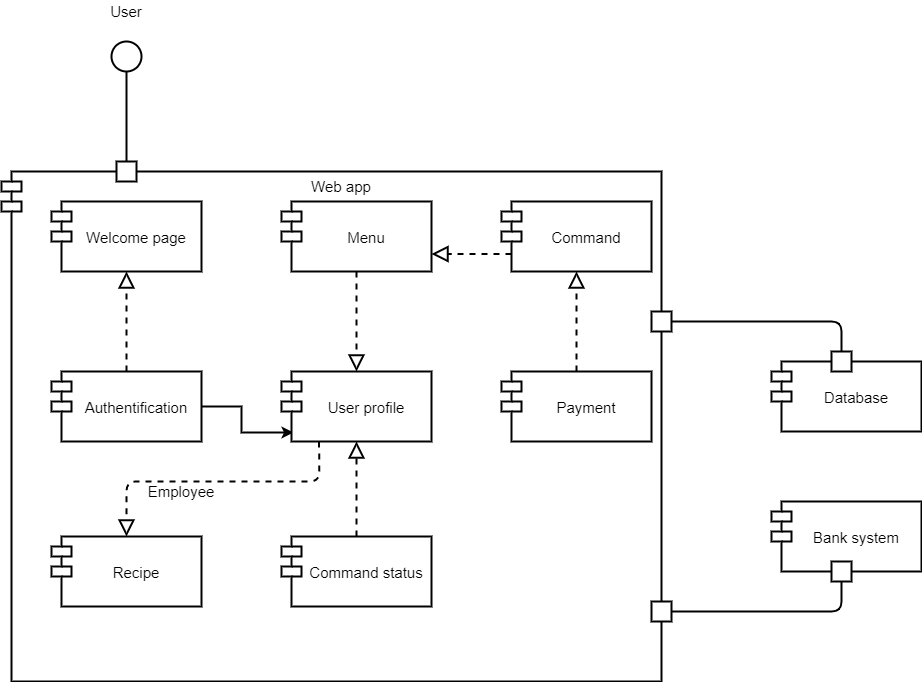
Before: component diagram.png, a diagram exported from draw.io (Tony380/Projet6). Source tidied: cells renumbered, new cells last; positions are measured from the earlier drawing's top-left corner, leaving out a move shared by most shapes.
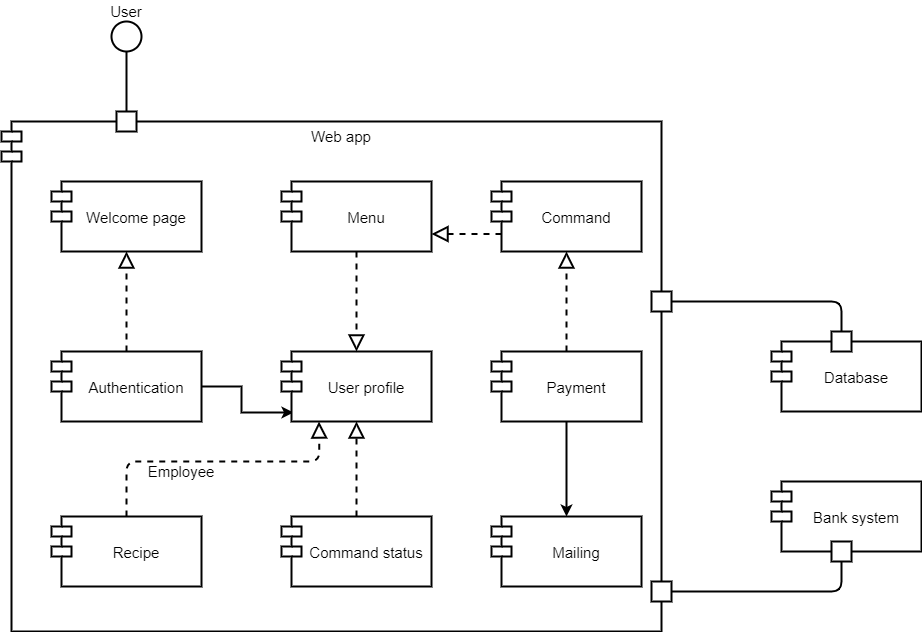
Above is the later version.

Commit message:
component diagram

The edit, as a diff of the source:
```diff
@@ -3,12 +3,12 @@
     <mxCell id="0" />
     <mxCell id="1" parent="0" />
     <mxCell id="2" value="Web app" style="shape=module;align=left;spacingLeft=20;align=center;verticalAlign=top;strokeWidth=2;fontSize=15;" parent="1" vertex="1">
-      <mxGeometry y="170" width="660" height="510" as="geometry" />
+      <mxGeometry y="140" width="660" height="510" as="geometry" />
     </mxCell>
     <mxCell id="3" style="edgeStyle=orthogonalEdgeStyle;rounded=0;jettySize=auto;html=1;entryX=0.08;entryY=0.871;entryDx=0;entryDy=0;entryPerimeter=0;strokeWidth=2;fontSize=15;" parent="1" edge="1" source="4" target="10">
       <mxGeometry relative="1" as="geometry" />
     </mxCell>
-    <mxCell id="4" value="Authentification" style="shape=module;align=left;spacingLeft=20;align=center;verticalAlign=middle;strokeWidth=2;fontSize=15;" parent="1" vertex="1">
+    <mxCell id="4" value="Authentication" style="shape=module;align=left;spacingLeft=20;align=center;verticalAlign=middle;strokeWidth=2;fontSize=15;" parent="1" vertex="1">
       <mxGeometry x="50" y="370" width="150" height="70" as="geometry" />
     </mxCell>
     <mxCell id="5" value="Bank system" style="shape=module;align=left;spacingLeft=20;align=center;verticalAlign=middle;strokeWidth=2;fontSize=15;" parent="1" vertex="1">
@@ -21,7 +21,7 @@
       <mxGeometry x="280" y="535" width="150" height="70" as="geometry" />
     </mxCell>
     <mxCell id="8" value="Command" style="shape=module;align=left;spacingLeft=20;align=center;verticalAlign=middle;strokeWidth=2;fontSize=15;" parent="1" vertex="1">
-      <mxGeometry x="500" y="200" width="150" height="70" as="geometry" />
+      <mxGeometry x="490" y="200" width="150" height="70" as="geometry" />
     </mxCell>
     <mxCell id="9" value="Menu" style="shape=module;align=left;spacingLeft=20;align=center;verticalAlign=middle;strokeWidth=2;fontSize=15;" parent="1" vertex="1">
       <mxGeometry x="280" y="200" width="150" height="70" as="geometry" />
@@ -36,13 +36,13 @@
       <mxGeometry x="110" y="40" width="30" height="30" as="geometry" />
     </mxCell>
     <mxCell id="13" style="whiteSpace=wrap;html=1;strokeWidth=2;fontSize=15;verticalAlign=middle;" parent="1" vertex="1">
-      <mxGeometry x="115" y="160" width="20" height="20" as="geometry" />
+      <mxGeometry x="115" y="130" width="20" height="20" as="geometry" />
     </mxCell>
     <mxCell id="14" style="endArrow=none;html=1;entryX=0.5;entryY=1;entryDx=0;entryDy=0;exitX=0.5;exitY=0;exitDx=0;exitDy=0;strokeWidth=2;fontSize=15;verticalAlign=middle;" parent="1" edge="1" source="13" target="12">
       <mxGeometry relative="1" as="geometry" />
     </mxCell>
     <mxCell id="15" value="User" style="text;html=1;strokeColor=none;fillColor=none;align=center;verticalAlign=middle;whiteSpace=wrap;rounded=0;strokeWidth=2;fontSize=15;" parent="1" vertex="1">
-      <mxGeometry x="105" width="40" height="20" as="geometry" />
+      <mxGeometry x="105" y="20" width="40" height="20" as="geometry" />
     </mxCell>
     <mxCell id="16" style="endArrow=block;dashed=1;endFill=0;endSize=12;html=1;entryX=0.5;entryY=1;entryDx=0;entryDy=0;exitX=0.5;exitY=0;exitDx=0;exitDy=0;strokeWidth=2;fontSize=15;verticalAlign=middle;" parent="1" edge="1" source="4" target="11">
       <mxGeometry relative="1" as="geometry" />
@@ -50,8 +50,11 @@
     <mxCell id="17" style="endArrow=block;dashed=1;endFill=0;endSize=12;html=1;entryX=1;entryY=0.75;entryDx=0;entryDy=0;exitX=0;exitY=0.75;exitDx=10;exitDy=0;exitPerimeter=0;strokeWidth=2;fontSize=15;verticalAlign=middle;" parent="1" edge="1" source="8" target="9">
       <mxGeometry relative="1" as="geometry" />
     </mxCell>
+    <mxCell id="31" style="edgeStyle=orthogonalEdgeStyle;rounded=0;jettySize=auto;html=1;entryX=0.5;entryY=0;entryDx=0;entryDy=0;strokeWidth=2;fontSize=15;" parent="1" edge="1" source="18" target="32">
+      <mxGeometry relative="1" as="geometry" />
+    </mxCell>
     <mxCell id="18" value="Payment" style="shape=module;align=left;spacingLeft=20;align=center;verticalAlign=middle;strokeWidth=2;fontSize=15;" parent="1" vertex="1">
-      <mxGeometry x="500" y="370" width="150" height="70" as="geometry" />
+      <mxGeometry x="490" y="370" width="150" height="70" as="geometry" />
     </mxCell>
     <mxCell id="19" style="endArrow=block;dashed=1;endFill=0;endSize=12;html=1;exitX=0.5;exitY=0;exitDx=0;exitDy=0;strokeWidth=2;fontSize=15;verticalAlign=middle;" parent="1" edge="1" source="18" target="8">
       <mxGeometry relative="1" as="geometry" />
@@ -91,16 +94,19 @@
     <mxCell id="28" style="endArrow=block;dashed=1;endFill=0;endSize=12;html=1;entryX=0.5;entryY=1;entryDx=0;entryDy=0;exitX=0.5;exitY=0;exitDx=0;exitDy=0;strokeWidth=2;fontSize=15;verticalAlign=middle;" parent="1" edge="1" source="7" target="10">
       <mxGeometry relative="1" as="geometry" />
     </mxCell>
-    <mxCell id="29" style="endArrow=block;dashed=1;endFill=0;endSize=12;html=1;entryX=0.5;entryY=0;entryDx=0;entryDy=0;exitX=0.25;exitY=1;exitDx=0;exitDy=0;strokeWidth=2;fontSize=15;verticalAlign=middle;" parent="1" edge="1" source="10" target="25">
+    <mxCell id="29" style="endArrow=block;dashed=1;endFill=0;endSize=12;html=1;entryX=0.25;entryY=1;entryDx=0;entryDy=0;exitX=0.5;exitY=0;exitDx=0;exitDy=0;strokeWidth=2;fontSize=15;verticalAlign=middle;" parent="1" edge="1" source="25" target="10">
       <mxGeometry relative="1" as="geometry">
         <Array as="points">
+          <mxPoint x="125" y="480" />
           <mxPoint x="318" y="480" />
-          <mxPoint x="125" y="480" />
         </Array>
       </mxGeometry>
     </mxCell>
     <mxCell id="30" value="Employee" style="text;html=1;strokeColor=none;fillColor=none;align=center;verticalAlign=middle;whiteSpace=wrap;rounded=0;fontSize=15;rotation=0;" parent="1" vertex="1">
       <mxGeometry x="160" y="480" width="40" height="20" as="geometry" />
     </mxCell>
+    <mxCell id="32" value="Mailing" style="shape=module;align=left;spacingLeft=20;align=center;verticalAlign=middle;strokeWidth=2;fontSize=15;" parent="1" vertex="1">
+      <mxGeometry x="490" y="535" width="150" height="70" as="geometry" />
+    </mxCell>
   </root>
 </mxGraphModel>
```
